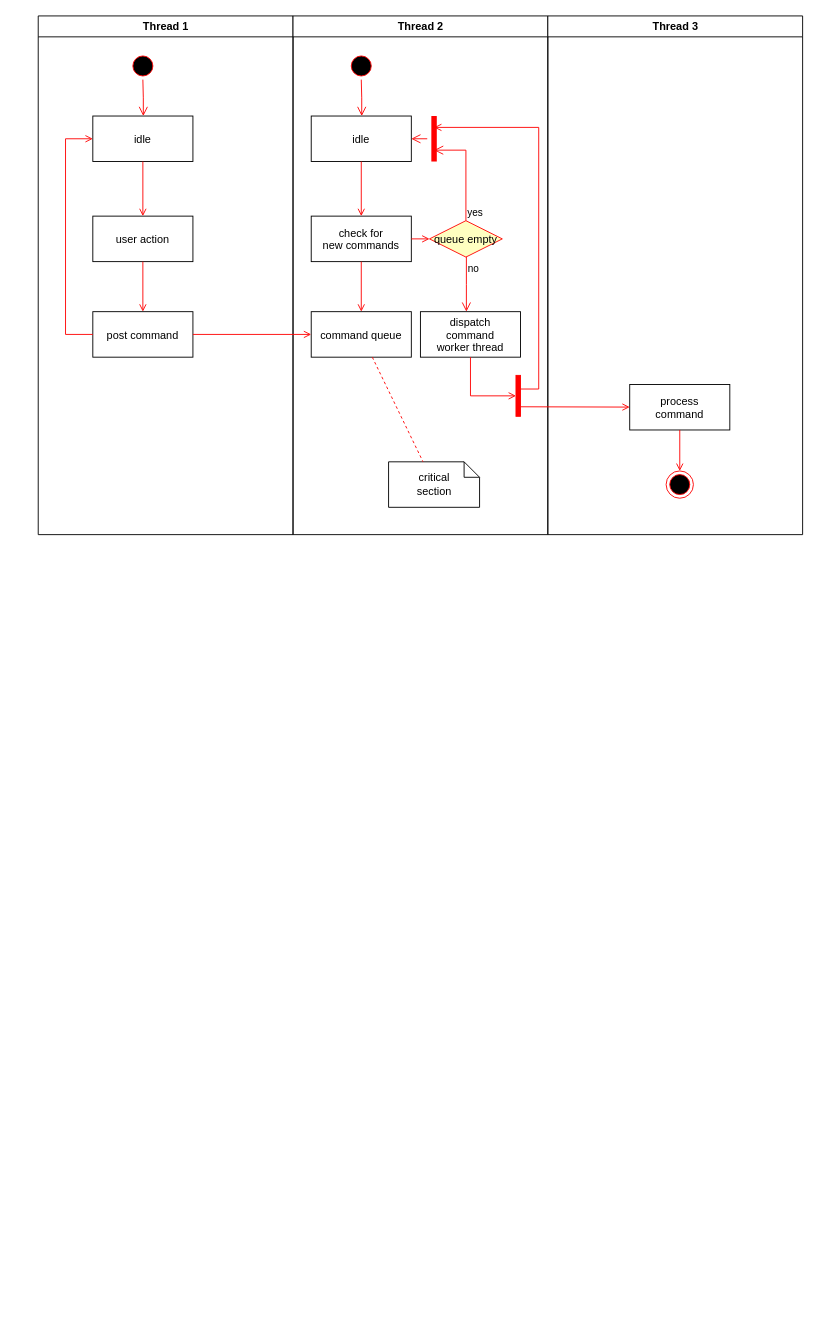
This is others/tidb.drawio from HaxiSnake/EXERCISE, a draw.io file, before an edit. Source tidied: cells renumbered, new cells numbered last; positions are measured from the earlier drawing's top-left corner, leaving out a move shared by most shapes. Both pictures are drawn from the tidied source at 91%, with x=0, y=0 at pixel (37, 15).
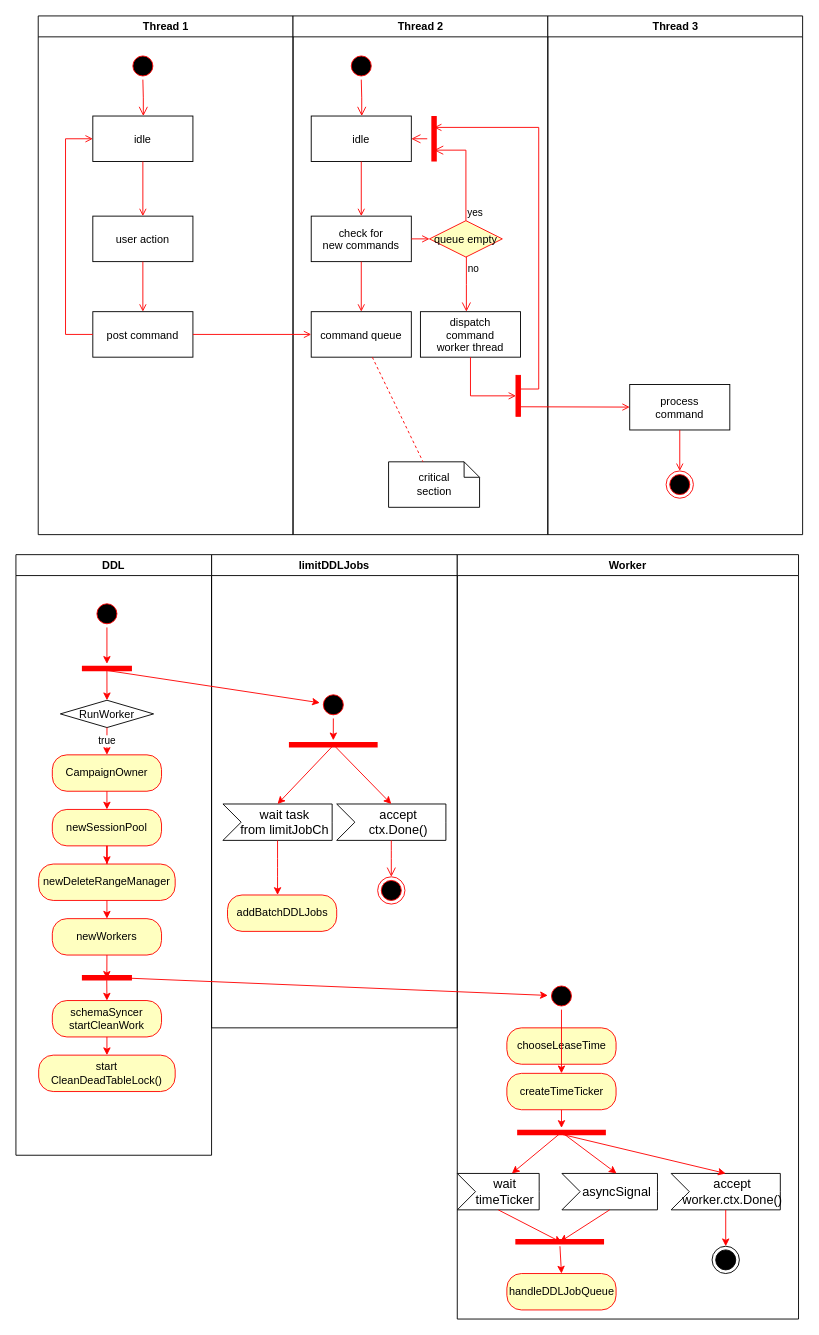
Above is the later version.

The edit, as a diff of the source:
```diff
@@
+    <mxCell id="37" value="limitDDLJobs" style="swimlane;" parent="1" vertex="1">
+      <mxGeometry x="191" y="592" width="270" height="520" as="geometry" />
+    </mxCell>
+    <mxCell id="38" style="ellipse;html=1;shape=startState;fillColor=#000000;strokeColor=#ff0000;" parent="37" vertex="1">
+      <mxGeometry x="118.8" y="150" width="30" height="30" as="geometry" />
+    </mxCell>
+    <mxCell id="39" style="shape=line;html=1;strokeWidth=6;strokeColor=#ff0000;" parent="37" vertex="1">
+      <mxGeometry x="85" y="204" width="97.5" height="10" as="geometry" />
+    </mxCell>
+    <mxCell id="40" value="&lt;div&gt;accept &lt;br&gt;&lt;/div&gt;&lt;div&gt;ctx.Done()&lt;/div&gt;" style="html=1;shape=mxgraph.infographic.ribbonSimple;notch1=20;notch2=0;align=center;verticalAlign=middle;fontSize=14;fontStyle=0;fillColor=#FFFFFF;flipH=0;spacingRight=0;spacingLeft=14;" parent="37" vertex="1">
+      <mxGeometry x="137.5" y="274" width="120" height="40" as="geometry" />
+    </mxCell>
+    <mxCell id="41" style="ellipse;html=1;shape=endState;fillColor=#000000;strokeColor=#ff0000;" parent="37" vertex="1">
+      <mxGeometry x="182.5" y="354" width="30" height="30" as="geometry" />
+    </mxCell>
+    <mxCell id="42" style="edgeStyle=orthogonalEdgeStyle;html=1;verticalAlign=bottom;endArrow=open;endSize=8;strokeColor=#ff0000;entryX=0.5;entryY=0;entryDx=0;entryDy=0;" parent="37" edge="1" target="41">
+      <mxGeometry relative="1" as="geometry">
+        <mxPoint x="197.5" y="314" as="sourcePoint" />
+        <Array as="points">
+          <mxPoint x="197.5" y="324" />
+          <mxPoint x="197.5" y="324" />
+        </Array>
+      </mxGeometry>
+    </mxCell>
+    <mxCell id="43" value="&lt;div&gt;wait task &lt;br&gt;&lt;/div&gt;&lt;div&gt;from limitJobCh&lt;/div&gt;" style="html=1;shape=mxgraph.infographic.ribbonSimple;notch1=20;notch2=0;align=center;verticalAlign=middle;fontSize=14;fontStyle=0;fillColor=#FFFFFF;flipH=0;spacingRight=0;spacingLeft=14;" parent="37" vertex="1">
+      <mxGeometry x="12.5" y="274" width="120" height="40" as="geometry" />
+    </mxCell>
+    <mxCell id="44" value="addBatchDDLJobs" style="rounded=1;whiteSpace=wrap;html=1;arcSize=40;fontColor=#000000;fillColor=#ffffc0;strokeColor=#ff0000;" parent="37" vertex="1">
+      <mxGeometry x="17.5" y="374" width="120" height="40" as="geometry" />
+    </mxCell>
+    <mxCell id="45" style="edgeStyle=segmentEdgeStyle;endArrow=classic;html=1;exitX=0;exitY=0;exitDx=60;exitDy=40;exitPerimeter=0;strokeColor=#FF0000;" parent="37" edge="1" source="43" target="44">
+      <mxGeometry relative="1" as="geometry">
+        <Array as="points">
+          <mxPoint x="72.5" y="344" />
+          <mxPoint x="72.5" y="344" />
+        </Array>
+      </mxGeometry>
+    </mxCell>
+    <mxCell id="46" style="endArrow=classic;html=1;strokeColor=#FF0000;exitX=0.492;exitY=0.644;exitDx=0;exitDy=0;exitPerimeter=0;entryX=0;entryY=0;entryDx=60;entryDy=0;entryPerimeter=0;" parent="37" edge="1" source="39" target="43">
+      <mxGeometry relative="1" as="geometry" />
+    </mxCell>
+    <mxCell id="47" style="endArrow=classic;html=1;strokeColor=#FF0000;exitX=0.5;exitY=1;exitDx=0;exitDy=0;" parent="37" edge="1" source="38" target="39">
+      <mxGeometry relative="1" as="geometry" />
+    </mxCell>
+    <mxCell id="48" style="endArrow=classic;html=1;strokeColor=#FF0000;entryX=0;entryY=0;entryDx=60;entryDy=0;entryPerimeter=0;exitX=0.503;exitY=0.505;exitDx=0;exitDy=0;exitPerimeter=0;" parent="37" edge="1" source="39" target="40">
+      <mxGeometry relative="1" as="geometry" />
+    </mxCell>
+    <mxCell id="49" value="DDL" style="swimlane;" parent="1" vertex="1">
+      <mxGeometry x="-24" y="592" width="215" height="660" as="geometry" />
+    </mxCell>
+    <mxCell id="50" style="ellipse;html=1;shape=startState;fillColor=#000000;strokeColor=#ff0000;" parent="49" vertex="1">
+      <mxGeometry x="85" y="50" width="30" height="30" as="geometry" />
+    </mxCell>
+    <mxCell id="51" style="shape=line;html=1;strokeWidth=6;strokeColor=#ff0000;" parent="49" vertex="1">
+      <mxGeometry x="72.5" y="120" width="55" height="10" as="geometry" />
+    </mxCell>
+    <mxCell id="52" style="endArrow=classic;html=1;strokeColor=#FF0000;exitX=0.5;exitY=1;exitDx=0;exitDy=0;" parent="49" edge="1" source="50" target="51">
+      <mxGeometry relative="1" as="geometry" />
+    </mxCell>
+    <mxCell id="53" value="RunWorker" style="rhombus;" parent="49" vertex="1">
+      <mxGeometry x="48.8" y="160" width="102.5" height="30" as="geometry" />
+    </mxCell>
+    <mxCell id="54" value="newSessionPool" style="rounded=1;whiteSpace=wrap;html=1;arcSize=40;fontColor=#000000;fillColor=#ffffc0;strokeColor=#ff0000;" parent="49" vertex="1">
+      <mxGeometry x="40" y="280" width="120" height="40" as="geometry" />
+    </mxCell>
+    <mxCell id="55" value="newDeleteRangeManager" style="whiteSpace=wrap;html=1;rounded=1;strokeColor=#ff0000;fillColor=#ffffc0;arcSize=40;" parent="49" vertex="1">
+      <mxGeometry x="25" y="340" width="150" height="40" as="geometry" />
+    </mxCell>
+    <mxCell id="56" style="edgeStyle=orthogonalEdgeStyle;rounded=0;jettySize=auto;html=1;strokeColor=#FF0000;" parent="49" edge="1" source="54" target="55">
+      <mxGeometry relative="1" as="geometry" />
+    </mxCell>
+    <mxCell id="57" value="newWorkers" style="rounded=1;whiteSpace=wrap;html=1;arcSize=40;fontColor=#000000;fillColor=#ffffc0;strokeColor=#ff0000;" parent="49" vertex="1">
+      <mxGeometry x="40" y="400" width="120" height="40" as="geometry" />
+    </mxCell>
+    <mxCell id="58" style="endArrow=classic;html=1;strokeColor=#FF0000;exitX=0.5;exitY=1;exitDx=0;exitDy=0;entryX=0.5;entryY=0;entryDx=0;entryDy=0;" parent="49" edge="1" source="55" target="57">
+      <mxGeometry relative="1" as="geometry" />
+    </mxCell>
+    <mxCell id="59" style="shape=line;html=1;strokeWidth=6;strokeColor=#ff0000;" parent="49" vertex="1">
+      <mxGeometry x="72.5" y="460" width="55" height="10" as="geometry" />
+    </mxCell>
+    <mxCell id="60" style="endArrow=classic;html=1;strokeColor=#FF0000;exitX=0.5;exitY=1;exitDx=0;exitDy=0;entryX=0.498;entryY=0.61;entryDx=0;entryDy=0;entryPerimeter=0;" parent="49" edge="1" source="57" target="59">
+      <mxGeometry relative="1" as="geometry" />
+    </mxCell>
+    <mxCell id="61" value="CampaignOwner" style="rounded=1;whiteSpace=wrap;html=1;arcSize=40;fontColor=#000000;fillColor=#ffffc0;strokeColor=#ff0000;" parent="49" vertex="1">
+      <mxGeometry x="40" y="220" width="120" height="40" as="geometry" />
+    </mxCell>
+    <mxCell id="62" value="&lt;div&gt;true&lt;/div&gt;" style="endArrow=classic;html=1;strokeColor=#FF0000;exitX=0.5;exitY=1;exitDx=0;exitDy=0;entryX=0.5;entryY=0;entryDx=0;entryDy=0;" parent="49" edge="1" source="53" target="61">
+      <mxGeometry relative="1" as="geometry" />
+    </mxCell>
+    <mxCell id="63" style="endArrow=classic;html=1;strokeColor=#FF0000;exitX=0.5;exitY=1;exitDx=0;exitDy=0;" parent="49" edge="1" source="61" target="54">
+      <mxGeometry relative="1" as="geometry" />
+    </mxCell>
+    <mxCell id="64" value="&lt;div&gt;schemaSyncer&lt;/div&gt;&lt;div&gt;startCleanWork&lt;br&gt;&lt;/div&gt;" style="rounded=1;whiteSpace=wrap;html=1;arcSize=40;fontColor=#000000;fillColor=#ffffc0;strokeColor=#ff0000;" parent="49" vertex="1">
+      <mxGeometry x="40" y="490" width="120" height="40" as="geometry" />
+    </mxCell>
+    <mxCell id="65" value="&lt;div&gt;start&lt;/div&gt;&lt;div&gt;CleanDeadTableLock()&lt;/div&gt;" style="rounded=1;whiteSpace=wrap;html=1;arcSize=40;fontColor=#000000;fillColor=#ffffc0;strokeColor=#ff0000;" parent="49" vertex="1">
+      <mxGeometry x="25" y="550" width="150" height="40" as="geometry" />
+    </mxCell>
+    <mxCell id="66" style="endArrow=classic;html=1;strokeColor=#FF0000;exitX=0.497;exitY=0.767;exitDx=0;exitDy=0;exitPerimeter=0;entryX=0.5;entryY=0;entryDx=0;entryDy=0;" parent="49" edge="1" source="59" target="64">
+      <mxGeometry relative="1" as="geometry" />
+    </mxCell>
+    <mxCell id="67" style="endArrow=classic;html=1;strokeColor=#FF0000;exitX=0.5;exitY=1;exitDx=0;exitDy=0;" parent="49" edge="1" source="64" target="65">
+      <mxGeometry relative="1" as="geometry" />
+    </mxCell>
+    <mxCell id="68" style="endArrow=classic;html=1;strokeColor=#FF0000;exitX=0.512;exitY=0.738;exitDx=0;exitDy=0;exitPerimeter=0;" parent="1" edge="1" source="51" target="38">
+      <mxGeometry relative="1" as="geometry" />
+    </mxCell>
+    <mxCell id="69" style="endArrow=classic;html=1;strokeColor=#FF0000;entryX=0.5;entryY=0;entryDx=0;entryDy=0;" parent="1" edge="1" target="53">
+      <mxGeometry relative="1" as="geometry">
+        <mxPoint x="76" y="717" as="sourcePoint" />
+      </mxGeometry>
+    </mxCell>
+    <mxCell id="70" value="Worker" style="swimlane;" parent="1" vertex="1">
+      <mxGeometry x="461" y="592" width="375" height="840" as="geometry" />
+    </mxCell>
+    <mxCell id="71" style="ellipse;html=1;shape=startState;fillColor=#000000;strokeColor=#ff0000;" parent="70" vertex="1">
+      <mxGeometry x="99.5" y="470" width="30" height="30" as="geometry" />
+    </mxCell>
+    <mxCell id="72" style="shape=line;html=1;strokeWidth=6;strokeColor=#ff0000;" parent="70" vertex="1">
+      <mxGeometry x="65.8" y="630" width="97.5" height="10" as="geometry" />
+    </mxCell>
+    <mxCell id="73" style="endArrow=classic;html=1;strokeColor=#FF0000;exitX=0.5;exitY=1;exitDx=0;exitDy=0;" parent="70" edge="1" source="88" target="72">
+      <mxGeometry relative="1" as="geometry" />
+    </mxCell>
+    <mxCell id="74" value="&lt;div&gt;wait &lt;br&gt;&lt;/div&gt;&lt;div&gt;timeTicker&lt;/div&gt;" style="html=1;shape=mxgraph.infographic.ribbonSimple;notch1=20;notch2=0;align=center;verticalAlign=middle;fontSize=14;fontStyle=0;fillColor=#FFFFFF;flipH=0;spacingRight=0;spacingLeft=14;" parent="70" vertex="1">
+      <mxGeometry y="680" width="90" height="40" as="geometry" />
+    </mxCell>
+    <mxCell id="75" value="chooseLeaseTime" style="rounded=1;whiteSpace=wrap;html=1;arcSize=40;fontColor=#000000;fillColor=#ffffc0;strokeColor=#ff0000;" parent="70" vertex="1">
+      <mxGeometry x="54.5" y="520" width="120" height="40" as="geometry" />
+    </mxCell>
+    <mxCell id="76" style="endArrow=classic;html=1;strokeColor=#FF0000;exitX=0.479;exitY=0.643;exitDx=0;exitDy=0;exitPerimeter=0;entryX=0;entryY=0;entryDx=60;entryDy=0;entryPerimeter=0;" parent="70" edge="1" source="72" target="74">
+      <mxGeometry relative="1" as="geometry" />
+    </mxCell>
+    <mxCell id="77" value="asyncSignal" style="html=1;shape=mxgraph.infographic.ribbonSimple;notch1=20;notch2=0;align=center;verticalAlign=middle;fontSize=14;fontStyle=0;fillColor=#FFFFFF;flipH=0;spacingRight=0;spacingLeft=14;" parent="70" vertex="1">
+      <mxGeometry x="115" y="680" width="105" height="40" as="geometry" />
+    </mxCell>
+    <mxCell id="78" style="endArrow=classic;html=1;strokeColor=#FF0000;entryX=0;entryY=0;entryDx=60;entryDy=0;entryPerimeter=0;" parent="70" edge="1" target="77">
+      <mxGeometry relative="1" as="geometry">
+        <mxPoint x="115" y="635" as="sourcePoint" />
+      </mxGeometry>
+    </mxCell>
+    <mxCell id="79" value="&lt;div&gt;accept &lt;br&gt;&lt;/div&gt;&lt;div&gt;worker.ctx.Done()&lt;/div&gt;" style="html=1;shape=mxgraph.infographic.ribbonSimple;notch1=20;notch2=0;align=center;verticalAlign=middle;fontSize=14;fontStyle=0;fillColor=#FFFFFF;flipH=0;spacingRight=0;spacingLeft=14;" parent="70" vertex="1">
+      <mxGeometry x="235" y="680" width="120" height="40" as="geometry" />
+    </mxCell>
+    <mxCell id="80" style="endArrow=classic;html=1;strokeColor=#FF0000;exitX=0.467;exitY=0.618;exitDx=0;exitDy=0;exitPerimeter=0;entryX=0;entryY=0;entryDx=60;entryDy=0;entryPerimeter=0;" parent="70" edge="1" source="72" target="79">
+      <mxGeometry relative="1" as="geometry" />
+    </mxCell>
+    <mxCell id="81" value="handleDDLJobQueue" style="rounded=1;whiteSpace=wrap;html=1;arcSize=40;fontColor=#000000;fillColor=#ffffc0;strokeColor=#ff0000;" parent="70" vertex="1">
+      <mxGeometry x="54.5" y="790" width="120" height="40" as="geometry" />
+    </mxCell>
+    <mxCell id="82" style="shape=line;html=1;strokeWidth=6;strokeColor=#ff0000;" parent="70" vertex="1">
+      <mxGeometry x="63.8" y="750" width="97.5" height="10" as="geometry" />
+    </mxCell>
+    <mxCell id="83" style="endArrow=classic;html=1;strokeColor=#FF0000;exitX=0;exitY=0;exitDx=45;exitDy=40;exitPerimeter=0;" parent="70" edge="1" source="74">
+      <mxGeometry relative="1" as="geometry">
+        <mxPoint x="115" y="756" as="targetPoint" />
+      </mxGeometry>
+    </mxCell>
+    <mxCell id="84" style="endArrow=classic;html=1;strokeColor=#FF0000;exitX=0;exitY=0;exitDx=52.5;exitDy=40;exitPerimeter=0;entryX=0.503;entryY=0.517;entryDx=0;entryDy=0;entryPerimeter=0;" parent="70" edge="1" source="77" target="82">
+      <mxGeometry relative="1" as="geometry" />
+    </mxCell>
+    <mxCell id="85" style="endArrow=classic;html=1;strokeColor=#FF0000;entryX=0.5;entryY=0;entryDx=0;entryDy=0;" parent="70" edge="1" source="82" target="81">
+      <mxGeometry relative="1" as="geometry" />
+    </mxCell>
+    <mxCell id="86" style="ellipse;html=1;shape=endState;fillColor=#000000;strokeColor=#000000;" parent="70" vertex="1">
+      <mxGeometry x="280" y="760" width="30" height="30" as="geometry" />
+    </mxCell>
+    <mxCell id="87" style="endArrow=classic;html=1;strokeColor=#FF0000;exitX=0;exitY=0;exitDx=60;exitDy=40;exitPerimeter=0;entryX=0.5;entryY=0;entryDx=0;entryDy=0;" parent="70" edge="1" source="79" target="86">
+      <mxGeometry relative="1" as="geometry" />
+    </mxCell>
+    <mxCell id="88" value="createTimeTicker" style="rounded=1;whiteSpace=wrap;html=1;arcSize=40;fontColor=#000000;fillColor=#ffffc0;strokeColor=#ff0000;" parent="70" vertex="1">
+      <mxGeometry x="54.5" y="570" width="120" height="40" as="geometry" />
+    </mxCell>
+    <mxCell id="89" style="endArrow=classic;html=1;strokeColor=#FF0000;exitX=0.5;exitY=1;exitDx=0;exitDy=0;" parent="70" edge="1" source="71" target="88">
+      <mxGeometry relative="1" as="geometry" />
+    </mxCell>
+    <mxCell id="90" style="endArrow=classic;html=1;strokeColor=#FF0000;exitX=0.75;exitY=0.5;exitDx=0;exitDy=0;exitPerimeter=0;" parent="1" edge="1" source="59" target="71">
+      <mxGeometry relative="1" as="geometry" />
+    </mxCell>
```
